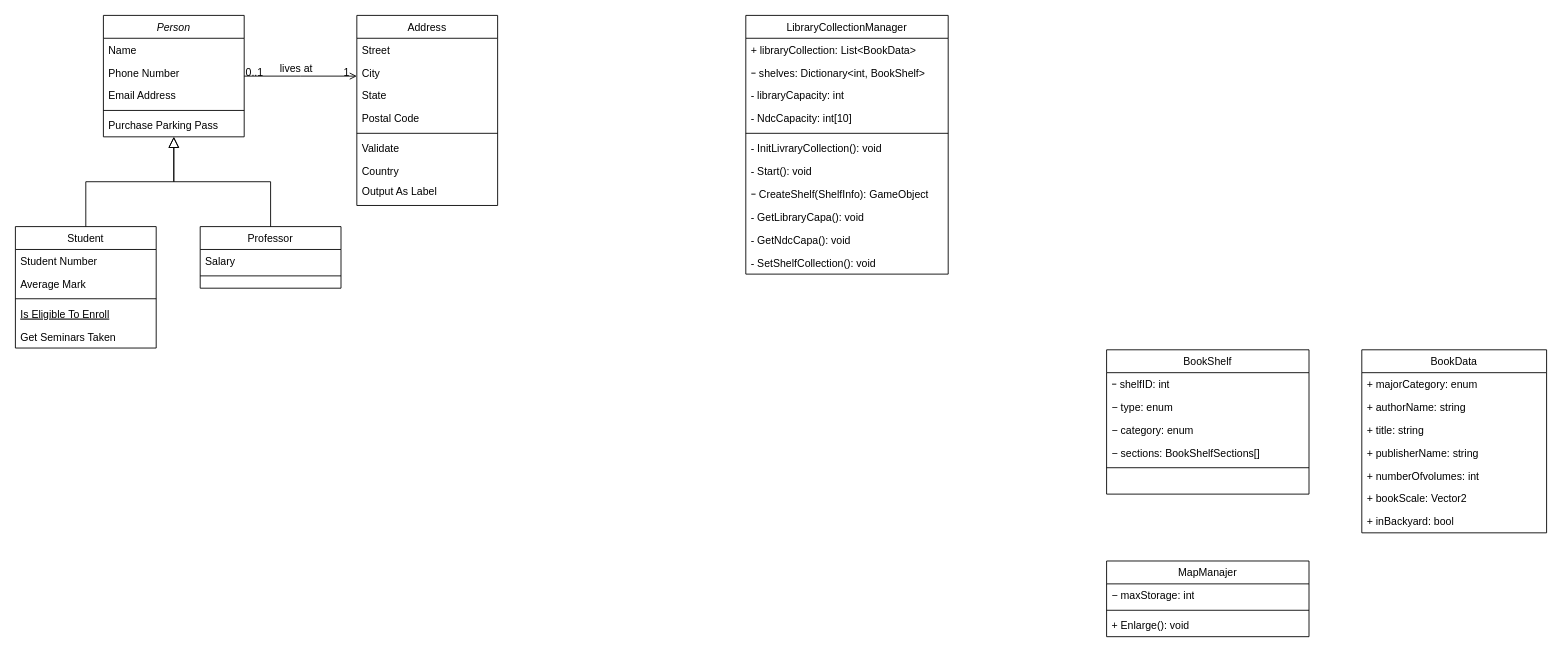
Before: クラス図.drawio in semisuzume/classdiagram, a draw.io diagram. Source tidied: cells renumbered, new cells numbered last; positions are measured from the earlier drawing's top-left corner, leaving out a move shared by most shapes. Both pictures are drawn from the tidied source at 88%, with x=0, y=0 at pixel (15, 15).
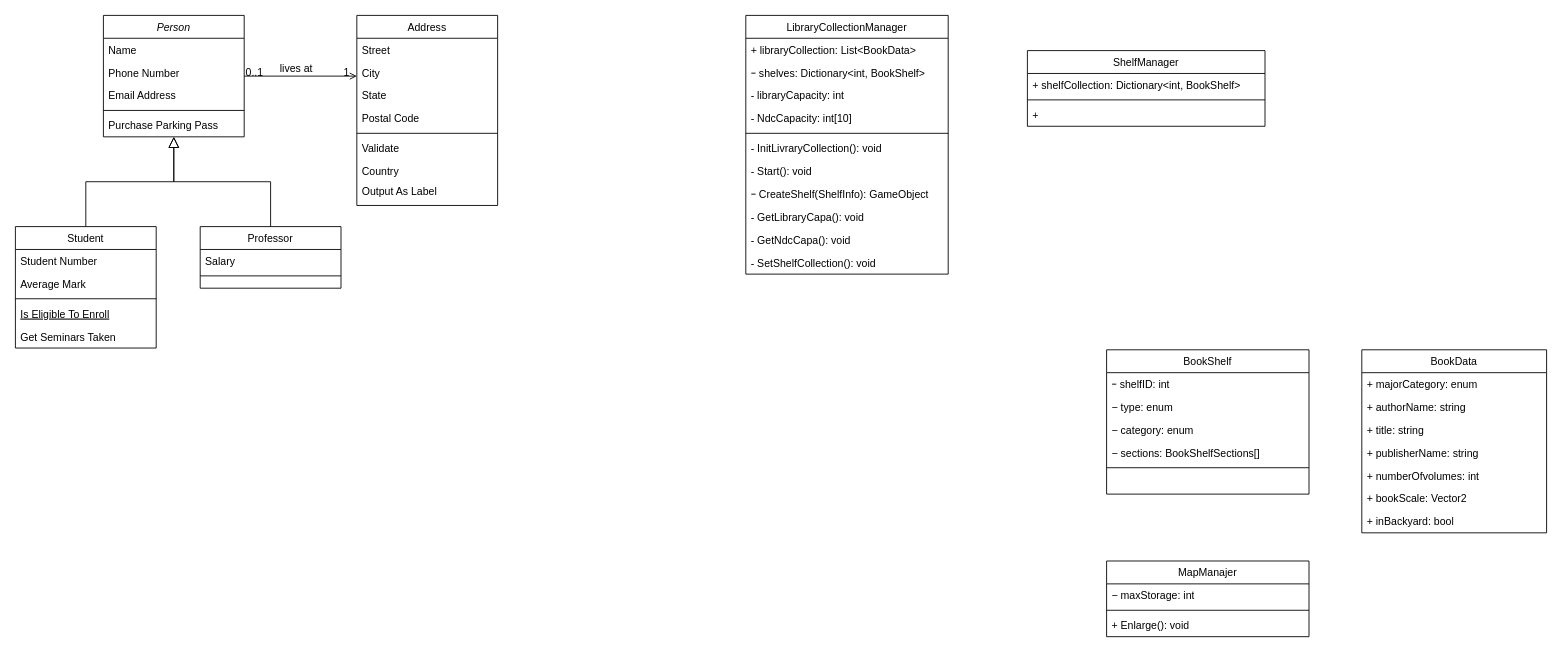
The same page after the edit.

Commit message:
クラス図.drawio を更新します

Diff of the diagram source:
```diff
@@
+    <mxCell id="63" value="ShelfManager" style="swimlane;fontStyle=0;align=center;verticalAlign=top;horizontal=1;startSize=26;whiteSpace=wrap;html=1;" parent="1" vertex="1">
+      <mxGeometry x="1150" y="40" width="270" height="86" as="geometry" />
+    </mxCell>
+    <mxCell id="64" value="+ shelfCollection: Dictionary&amp;lt;int, BookShelf&amp;gt;" style="text;strokeColor=none;fillColor=none;align=left;verticalAlign=top;spacingLeft=4;spacingRight=4;overflow=hidden;whiteSpace=wrap;html=1;" parent="63" vertex="1">
+      <mxGeometry y="26" width="270" height="26" as="geometry" />
+    </mxCell>
+    <mxCell id="65" style="line;strokeWidth=1;fillColor=none;align=left;verticalAlign=middle;spacingTop=-1;spacingLeft=3;spacingRight=3;labelPosition=right;strokeColor=inherit;" parent="63" vertex="1">
+      <mxGeometry y="52" width="270" height="8" as="geometry" />
+    </mxCell>
+    <mxCell id="66" value="+" style="text;strokeColor=none;fillColor=none;align=left;verticalAlign=top;spacingLeft=4;spacingRight=4;overflow=hidden;whiteSpace=wrap;html=1;" parent="63" vertex="1">
+      <mxGeometry y="60" width="270" height="26" as="geometry" />
+    </mxCell>
```
